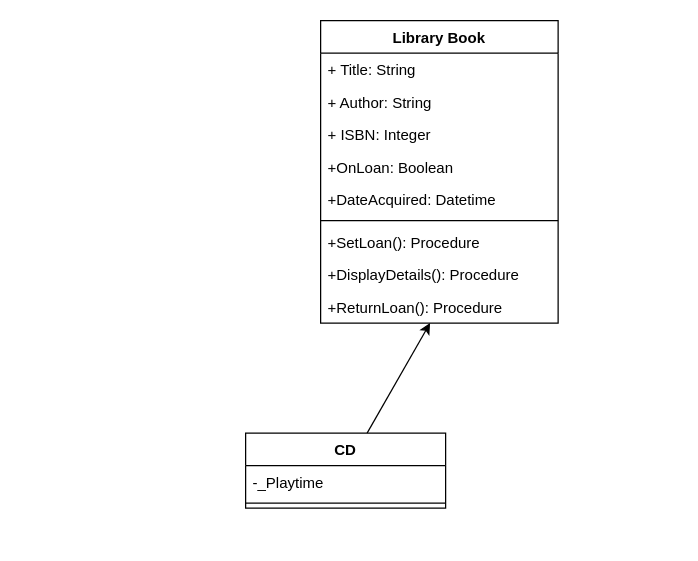
vandorena/Computer-Science-A-Level keeps this draw.io diagram as Notes/Classdiagramforlibrarybooks.drawio. Above is the earlier version. Source tidied: cells renumbered, new cells numbered last; positions are measured from the earlier drawing's top-left corner, leaving out a move shared by most shapes. Both pictures are drawn from the tidied source at 125%, with x=0, y=0 at pixel (245, 20).
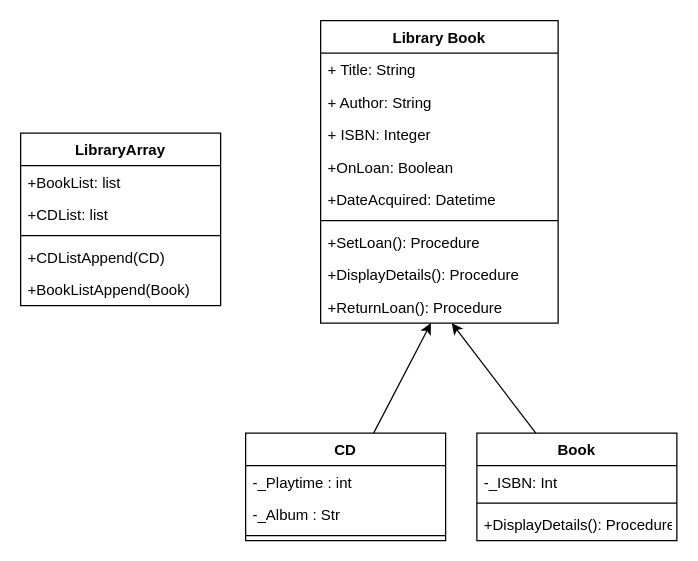
The same page after the edit.

Commit message (it also covers changes not shown here):
Worked on my library software

Unchanged cells that the change refers to:
```xml
<mxCell id="11" value="+ReturnLoan(): Procedure" style="text;strokeColor=none;fillColor=none;align=left;verticalAlign=top;spacingLeft=4;spacingRight=4;overflow=hidden;points=[[0,0.5],[1,0.5]];portConstraint=eastwest;" parent="2" vertex="1">
  <mxGeometry y="216" width="190" height="26" as="geometry" />
</mxCell>
```

What changed in the source:
```diff
@@
     <mxCell id="13" value="CD" style="swimlane;fontStyle=1;align=center;verticalAlign=top;horizontal=1;startSize=26;" parent="1" vertex="1">
-      <mxGeometry y="330" width="160" height="60" as="geometry" />
+      <mxGeometry y="330" width="160" height="86" as="geometry" />
     </mxCell>
-    <mxCell id="14" value="-_Playtime" style="text;strokeColor=none;fillColor=none;align=left;verticalAlign=top;spacingLeft=4;spacingRight=4;overflow=hidden;" parent="13" vertex="1">
+    <mxCell id="14" value="-_Playtime : int" style="text;strokeColor=none;fillColor=none;align=left;verticalAlign=top;spacingLeft=4;spacingRight=4;overflow=hidden;" parent="13" vertex="1">
       <mxGeometry y="26" width="160" height="26" as="geometry" />
     </mxCell>
+    <mxCell id="16" value="-_Album : Str" style="text;strokeColor=none;fillColor=none;align=left;verticalAlign=top;spacingLeft=4;spacingRight=4;overflow=hidden;" parent="13" vertex="1">
+      <mxGeometry y="52" width="160" height="26" as="geometry" />
+    </mxCell>
     <mxCell id="15" style="line;strokeWidth=1;fillColor=none;align=left;verticalAlign=middle;spacingTop=-1;spacingLeft=3;spacingRight=3;labelPosition=right;strokeColor=inherit;" parent="13" vertex="1">
-      <mxGeometry y="52" width="160" height="8" as="geometry" />
+      <mxGeometry y="78" width="160" height="8" as="geometry" />
     </mxCell>
+    <mxCell id="17" style="edgeStyle=none;html=1;" parent="1" edge="1" source="18" target="11">
+      <mxGeometry relative="1" as="geometry" />
+    </mxCell>
+    <mxCell id="18" value="Book" style="swimlane;fontStyle=1;align=center;verticalAlign=top;horizontal=1;startSize=26;" parent="1" vertex="1">
+      <mxGeometry x="185" y="330" width="160" height="86" as="geometry" />
+    </mxCell>
+    <mxCell id="19" value="-_ISBN: Int" style="text;strokeColor=none;fillColor=none;align=left;verticalAlign=top;spacingLeft=4;spacingRight=4;overflow=hidden;" parent="18" vertex="1">
+      <mxGeometry y="26" width="160" height="26" as="geometry" />
+    </mxCell>
+    <mxCell id="20" style="line;strokeWidth=1;fillColor=none;align=left;verticalAlign=middle;spacingTop=-1;spacingLeft=3;spacingRight=3;labelPosition=right;strokeColor=inherit;" parent="18" vertex="1">
+      <mxGeometry y="52" width="160" height="8" as="geometry" />
+    </mxCell>
+    <mxCell id="21" value="+DisplayDetails(): Procedure" style="text;strokeColor=none;fillColor=none;align=left;verticalAlign=top;spacingLeft=4;spacingRight=4;overflow=hidden;" parent="18" vertex="1">
+      <mxGeometry y="60" width="160" height="26" as="geometry" />
+    </mxCell>
+    <mxCell id="22" value="LibraryArray" style="swimlane;fontStyle=1;align=center;verticalAlign=top;horizontal=1;startSize=26;" parent="1" vertex="1">
+      <mxGeometry x="-180" y="90" width="160" height="138" as="geometry" />
+    </mxCell>
+    <mxCell id="23" value="+BookList: list&#10;" style="text;strokeColor=none;fillColor=none;align=left;verticalAlign=top;spacingLeft=4;spacingRight=4;overflow=hidden;" parent="22" vertex="1">
+      <mxGeometry y="26" width="160" height="26" as="geometry" />
+    </mxCell>
+    <mxCell id="24" value="+CDList: list&#10;" style="text;strokeColor=none;fillColor=none;align=left;verticalAlign=top;spacingLeft=4;spacingRight=4;overflow=hidden;" parent="22" vertex="1">
+      <mxGeometry y="52" width="160" height="26" as="geometry" />
+    </mxCell>
+    <mxCell id="25" style="line;strokeWidth=1;fillColor=none;align=left;verticalAlign=middle;spacingTop=-1;spacingLeft=3;spacingRight=3;labelPosition=right;strokeColor=inherit;" parent="22" vertex="1">
+      <mxGeometry y="78" width="160" height="8" as="geometry" />
+    </mxCell>
+    <mxCell id="26" value="+CDListAppend(CD)" style="text;strokeColor=none;fillColor=none;align=left;verticalAlign=top;spacingLeft=4;spacingRight=4;overflow=hidden;" parent="22" vertex="1">
+      <mxGeometry y="86" width="160" height="26" as="geometry" />
+    </mxCell>
+    <mxCell id="27" value="+BookListAppend(Book) " style="text;strokeColor=none;fillColor=none;align=left;verticalAlign=top;spacingLeft=4;spacingRight=4;overflow=hidden;" parent="22" vertex="1">
+      <mxGeometry y="112" width="160" height="26" as="geometry" />
+    </mxCell>
```
